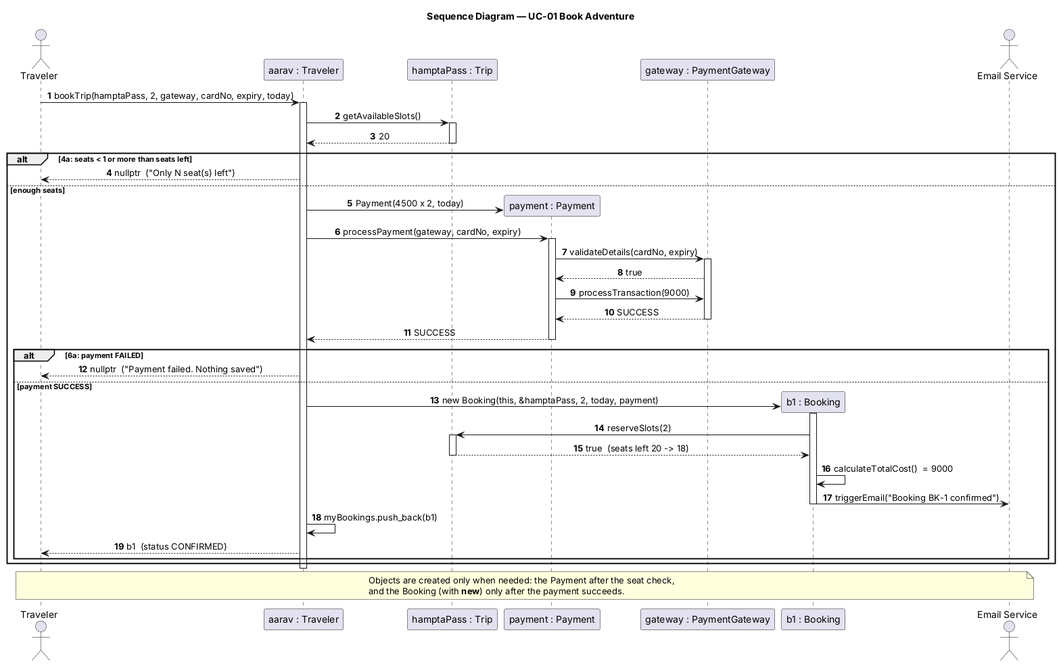
The PlantUML diagram docs/sequence-diagram.png in sakshamagrawalcode-cpu/adventure-booking-system, before a commit.
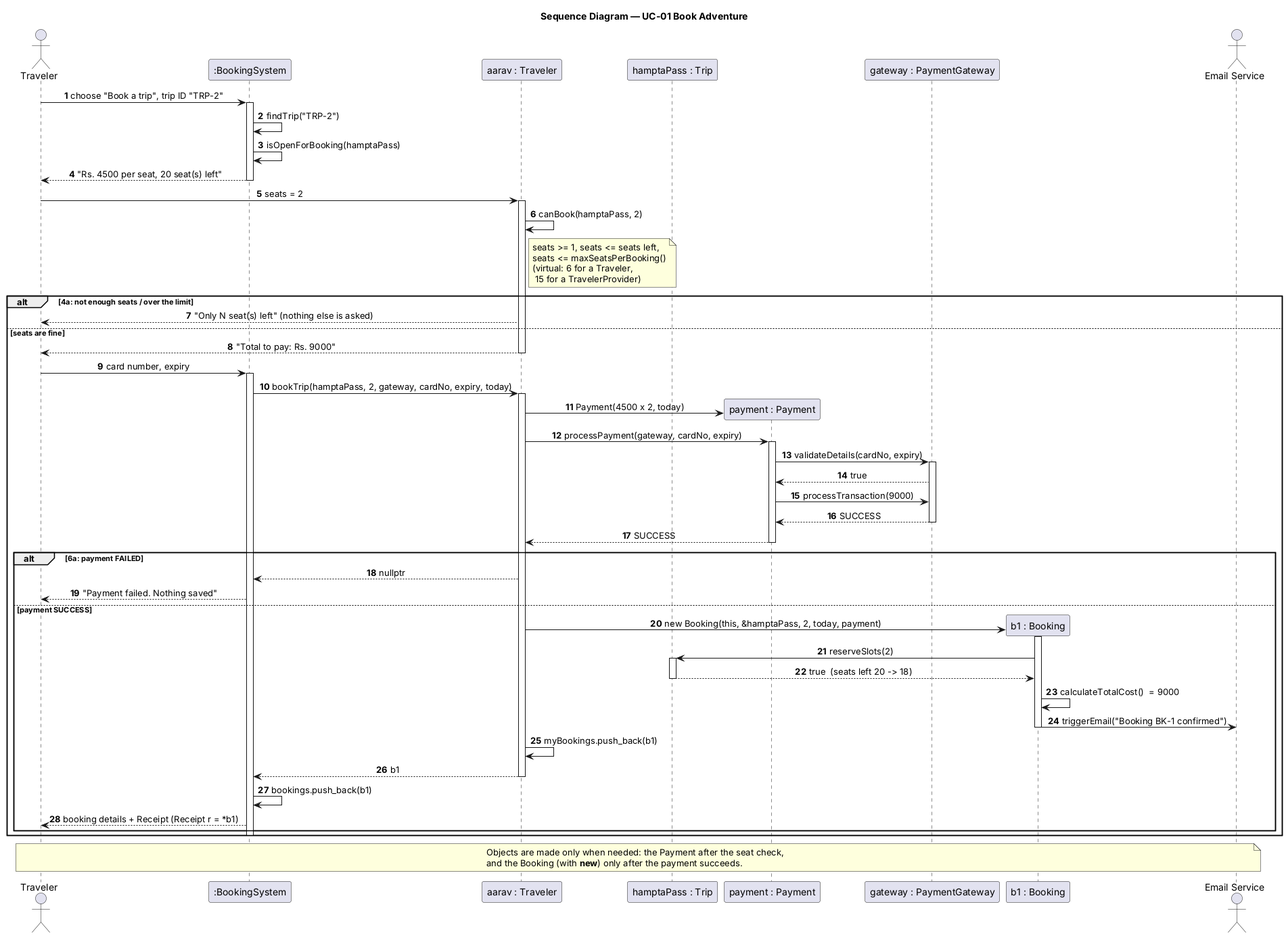
The same diagram one commit later.

Diff of the diagram source:
```diff
@@ -7,6 +7,7 @@
 title Sequence Diagram — UC-01 Book Adventure
 
 actor "Traveler" as Person
+participant ":BookingSystem" as S
 participant "aarav : Traveler" as T
 participant "hamptaPass : Trip" as Trip
 participant "payment : Payment" as P
@@ -14,17 +15,31 @@
 participant "b1 : Booking" as B
 actor "Email Service" as E
 
-Person -> T : bookTrip(hamptaPass, 2, gateway, cardNo, expiry, today)
+Person -> S : choose "Book a trip", trip ID "TRP-2"
+activate S
+S -> S : findTrip("TRP-2")
+S -> S : isOpenForBooking(hamptaPass)
+S --> Person : "Rs. 4500 per seat, 20 seat(s) left"
+deactivate S
+
+Person -> T : seats = 2
 activate T
-
-T -> Trip : getAvailableSlots()
-activate Trip
-Trip --> T : 20
-deactivate Trip
-
-alt 4a: seats < 1 or more than seats left
-  T --> Person : nullptr  ("Only N seat(s) left")
-else enough seats
+T -> T : canBook(hamptaPass, 2)
+note right of T
+  seats >= 1, seats <= seats left,
+  seats <= maxSeatsPerBooking()
+  (virtual: 6 for a Traveler,
+   15 for a TravelerProvider)
+end note
+alt 4a: not enough seats / over the limit
+  T --> Person : "Only N seat(s) left" (nothing else is asked)
+else seats are fine
+  T --> Person : "Total to pay: Rs. 9000"
+  deactivate T
+  Person -> S : card number, expiry
+  activate S
+  S -> T : bookTrip(hamptaPass, 2, gateway, cardNo, expiry, today)
+  activate T
   T -> P ** : Payment(4500 x 2, today)
   T -> P : processPayment(gateway, cardNo, expiry)
   activate P
@@ -38,7 +53,8 @@
   deactivate P
 
   alt 6a: payment FAILED
-    T --> Person : nullptr  ("Payment failed. Nothing saved")
+    T --> S : nullptr
+    S --> Person : "Payment failed. Nothing saved"
   else payment SUCCESS
     T -> B ** : new Booking(this, &hamptaPass, 2, today, payment)
     activate B
@@ -50,14 +66,16 @@
     B -> E : triggerEmail("Booking BK-1 confirmed")
     deactivate B
     T -> T : myBookings.push_back(b1)
-    T --> Person : b1  (status CONFIRMED)
+    T --> S : b1
+    deactivate T
+    S -> S : bookings.push_back(b1)
+    S --> Person : booking details + Receipt (Receipt r = *b1)
   end
+  deactivate S
 end
 
-deactivate T
-
 note over Person, E
-  Objects are created only when needed: the Payment after the seat check,
+  Objects are made only when needed: the Payment after the seat check,
   and the Booking (with **new**) only after the payment succeeds.
 end note
 
```
